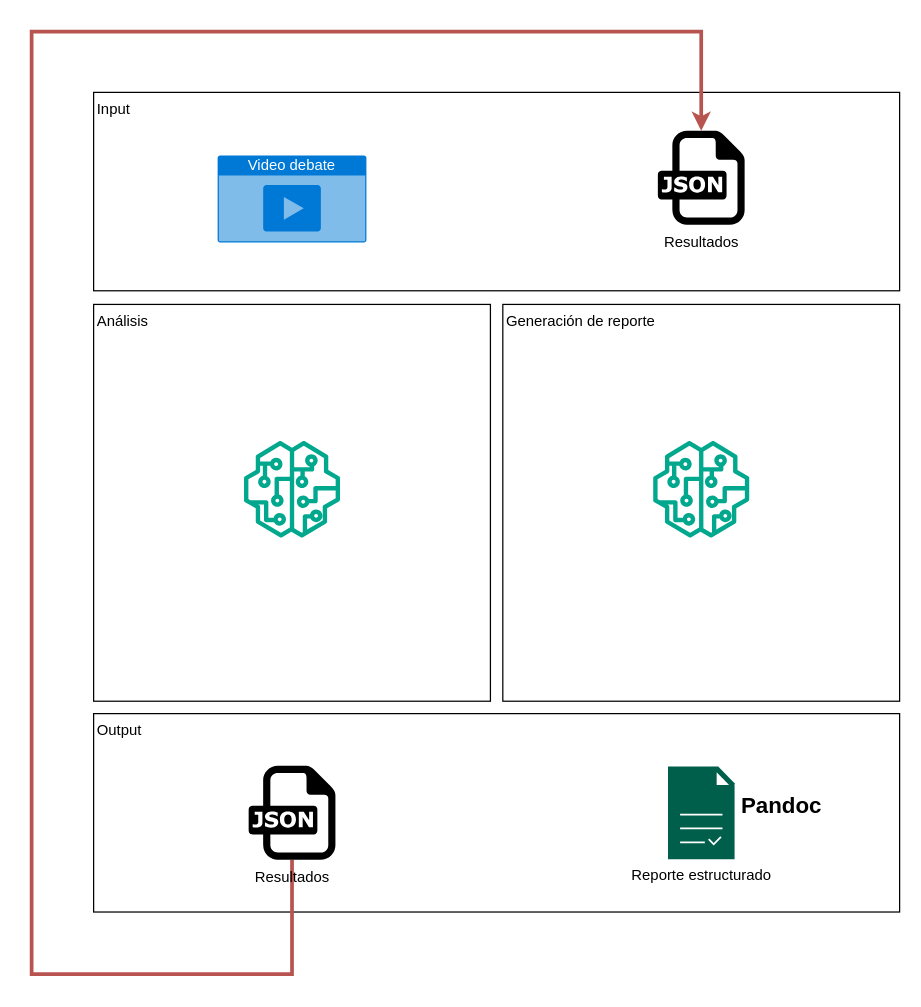
Before: analisis_video_canal_7.drawio in Ever-417/diagramas, a draw.io diagram. Source tidied: cells renumbered, new cells numbered last; positions are measured from the earlier drawing's top-left corner, leaving out a move shared by most shapes. Both pictures are drawn from the tidied source at 124%, with x=0, y=0 at pixel (31, 31).
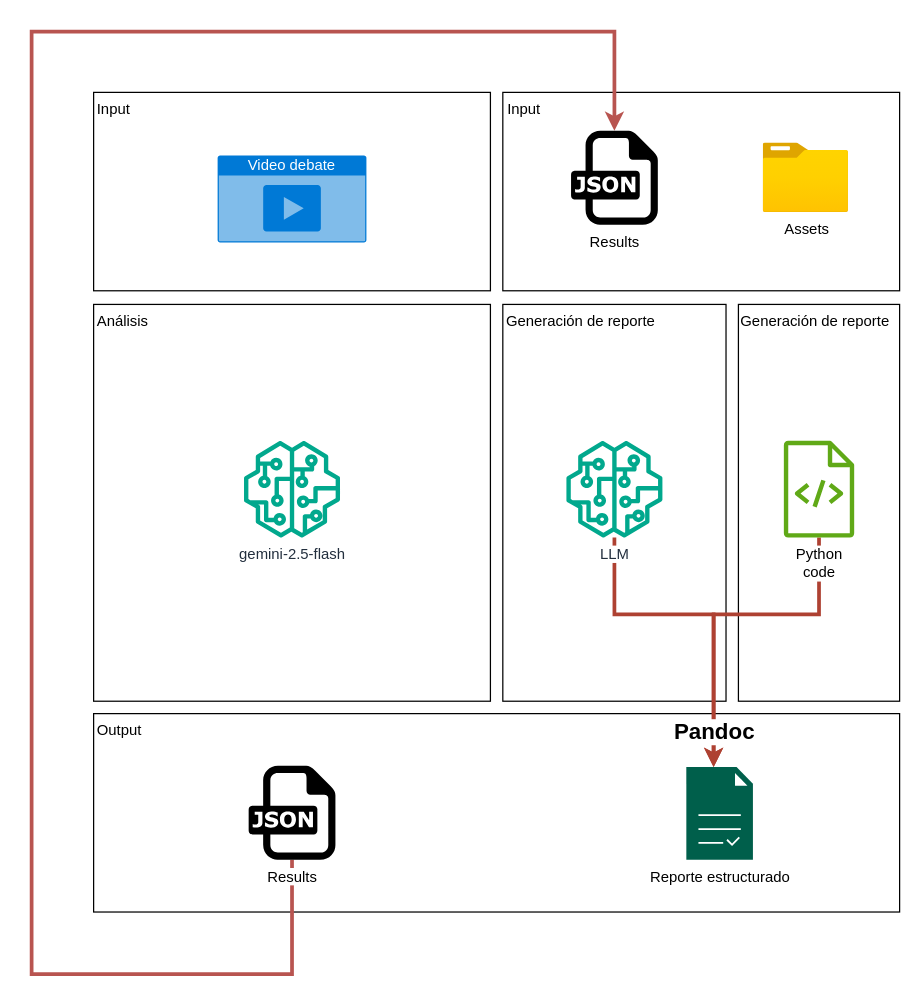
The same diagram, later.

What changed in the source:
```diff
@@
+    <mxCell id="14" value="Input" style="rounded=0;whiteSpace=wrap;html=1;verticalAlign=top;align=left;spacingLeft=2;" parent="1" vertex="1">
+      <mxGeometry x="380" y="49" width="320" height="160" as="geometry" />
+    </mxCell>
+    <mxCell id="3" value="Generación de reporte" style="whiteSpace=wrap;html=1;verticalAlign=top;align=left;spacingLeft=1;" parent="1" vertex="1">
+      <mxGeometry x="380" y="220" width="180" height="320" as="geometry" />
+    </mxCell>
+    <mxCell id="15" value="&lt;span style=&quot;&quot;&gt;Generación de reporte&lt;/span&gt;" style="rounded=0;whiteSpace=wrap;html=1;verticalAlign=top;align=left;" parent="1" vertex="1">
+      <mxGeometry x="570" y="220" width="130" height="320" as="geometry" />
+    </mxCell>
@@
-    <mxCell id="3" value="Generación de reporte" style="whiteSpace=wrap;html=1;verticalAlign=top;align=left;spacingLeft=1;" parent="1" vertex="1">
-      <mxGeometry x="380" y="220" width="320" height="320" as="geometry" />
-    </mxCell>
-    <mxCell id="4" style="sketch=0;fontColor=#232F3E;gradientColor=none;fillColor=#01A88D;strokeColor=none;dashed=0;verticalLabelPosition=bottom;verticalAlign=top;align=center;html=1;fontSize=12;fontStyle=0;shape=mxgraph.aws4.sagemaker_model;" parent="1" vertex="1">
+    <mxCell id="4" value="gemini-2.5-flash" style="sketch=0;fontColor=#232F3E;gradientColor=none;fillColor=#01A88D;strokeColor=none;dashed=0;verticalLabelPosition=bottom;verticalAlign=top;align=center;html=1;fontSize=12;fontStyle=0;shape=mxgraph.aws4.sagemaker_model;" parent="1" vertex="1">
       <mxGeometry x="171" y="330" width="78" height="78" as="geometry" />
     </mxCell>
-    <mxCell id="5" style="sketch=0;outlineConnect=0;fontColor=#232F3E;gradientColor=none;fillColor=#01A88D;strokeColor=none;dashed=0;verticalLabelPosition=bottom;verticalAlign=top;align=center;html=1;fontSize=12;fontStyle=0;shape=mxgraph.aws4.sagemaker_model;" parent="1" vertex="1">
-      <mxGeometry x="501" y="330" width="78" height="78" as="geometry" />
-    </mxCell>
     <mxCell id="6" value="Input" style="rounded=0;whiteSpace=wrap;html=1;verticalAlign=top;align=left;spacingLeft=1;" parent="1" vertex="1">
-      <mxGeometry x="50" y="49" width="650" height="160" as="geometry" />
+      <mxGeometry x="50" y="49" width="320" height="160" as="geometry" />
     </mxCell>
@@
     <mxCell id="9" style="edgeStyle=orthogonalEdgeStyle;rounded=0;jettySize=auto;html=1;fillColor=#f8cecc;strokeColor=#b85450;strokeWidth=3;" parent="1" edge="1" source="10" target="11">
       <mxGeometry relative="1" as="geometry">
         <Array as="points">
           <mxPoint x="210" y="760" />
           <mxPoint y="760" />
           <mxPoint />
-          <mxPoint x="540" />
+          <mxPoint x="470" />
         </Array>
       </mxGeometry>
     </mxCell>
-    <mxCell id="10" value="Resultados" style="dashed=0;outlineConnect=0;html=1;align=center;labelPosition=center;verticalLabelPosition=bottom;verticalAlign=top;shape=mxgraph.weblogos.json;" parent="1" vertex="1">
+    <mxCell id="10" value="Results" style="dashed=0;outlineConnect=0;html=1;align=center;labelPosition=center;verticalLabelPosition=bottom;verticalAlign=top;shape=mxgraph.weblogos.json;labelBackgroundColor=default;" parent="1" vertex="1">
       <mxGeometry x="175" y="592.1" width="70" height="75.8" as="geometry" />
     </mxCell>
-    <mxCell id="11" value="Resultados" style="dashed=0;outlineConnect=0;html=1;align=center;labelPosition=center;verticalLabelPosition=bottom;verticalAlign=top;shape=mxgraph.weblogos.json;" parent="1" vertex="1">
-      <mxGeometry x="505" y="80" width="70" height="75.8" as="geometry" />
+    <mxCell id="11" value="Results" style="dashed=0;outlineConnect=0;html=1;align=center;labelPosition=center;verticalLabelPosition=bottom;verticalAlign=top;shape=mxgraph.weblogos.json;" parent="1" vertex="1">
+      <mxGeometry x="435" y="80" width="70" height="75.8" as="geometry" />
     </mxCell>
     <mxCell id="12" value="Reporte estructurado" style="sketch=0;shadow=0;dashed=0;html=1;strokeColor=none;fillColor=#005F4B;labelPosition=center;verticalLabelPosition=bottom;verticalAlign=top;align=center;outlineConnect=0;shape=mxgraph.veeam2.report;" parent="1" vertex="1">
-      <mxGeometry x="513.2" y="592.6" width="53.7" height="74.8" as="geometry" />
+      <mxGeometry x="528" y="593.1" width="53.7" height="74.8" as="geometry" />
     </mxCell>
+    <mxCell id="16" style="edgeStyle=orthogonalEdgeStyle;rounded=0;jettySize=auto;html=1;fillColor=#fad9d5;strokeColor=#ae4132;strokeWidth=3;" parent="1" edge="1" source="5" target="12">
+      <mxGeometry relative="1" as="geometry">
+        <Array as="points">
+          <mxPoint x="470" y="470" />
+          <mxPoint x="550" y="470" />
+        </Array>
+      </mxGeometry>
+    </mxCell>
+    <mxCell id="5" value="LLM" style="sketch=0;outlineConnect=0;fontColor=#232F3E;gradientColor=none;fillColor=#01A88D;strokeColor=none;dashed=0;verticalLabelPosition=bottom;verticalAlign=top;align=center;html=1;fontSize=12;fontStyle=0;shape=mxgraph.aws4.sagemaker_model;labelBackgroundColor=default;" parent="1" vertex="1">
+      <mxGeometry x="431" y="330" width="78" height="78" as="geometry" />
+    </mxCell>
+    <mxCell id="17" style="edgeStyle=orthogonalEdgeStyle;rounded=0;jettySize=auto;html=1;fillColor=#fad9d5;strokeColor=#ae4132;strokeWidth=3;" parent="1" edge="1" source="18" target="12">
+      <mxGeometry relative="1" as="geometry">
+        <Array as="points">
+          <mxPoint x="635" y="470" />
+          <mxPoint x="550" y="470" />
+        </Array>
+      </mxGeometry>
+    </mxCell>
+    <mxCell id="18" value="&lt;span style=&quot;color: rgb(0, 0, 0); text-wrap-mode: wrap;&quot;&gt;Python code&lt;/span&gt;" style="sketch=0;outlineConnect=0;fillColor=#60a917;strokeColor=#2D7600;dashed=0;verticalLabelPosition=bottom;verticalAlign=top;align=center;html=1;fontSize=12;fontStyle=0;shape=mxgraph.aws4.source_code;fontColor=#ffffff;labelBackgroundColor=default;" parent="1" vertex="1">
+      <mxGeometry x="606.5" y="330" width="57" height="78" as="geometry" />
+    </mxCell>
-    <mxCell id="13" value="Pandoc" style="text;html=1;whiteSpace=wrap;strokeColor=none;fillColor=none;align=center;verticalAlign=middle;rounded=0;fontStyle=1;fontSize=18;" parent="1" vertex="1">
-      <mxGeometry x="575" y="610" width="60" height="30" as="geometry" />
+    <mxCell id="13" value="Pandoc" style="text;html=1;whiteSpace=wrap;strokeColor=none;fillColor=none;align=center;verticalAlign=middle;rounded=0;fontStyle=1;fontSize=18;labelBackgroundColor=default;" parent="1" vertex="1">
+      <mxGeometry x="521" y="550" width="60" height="30" as="geometry" />
     </mxCell>
+    <mxCell id="19" value="Assets" style="image;html=1;align=center;fontSize=12;image=img/lib/azure2/general/Folder_Blank.svg;" parent="1" vertex="1">
+      <mxGeometry x="590" y="89.9" width="69" height="56" as="geometry" />
+    </mxCell>
```
